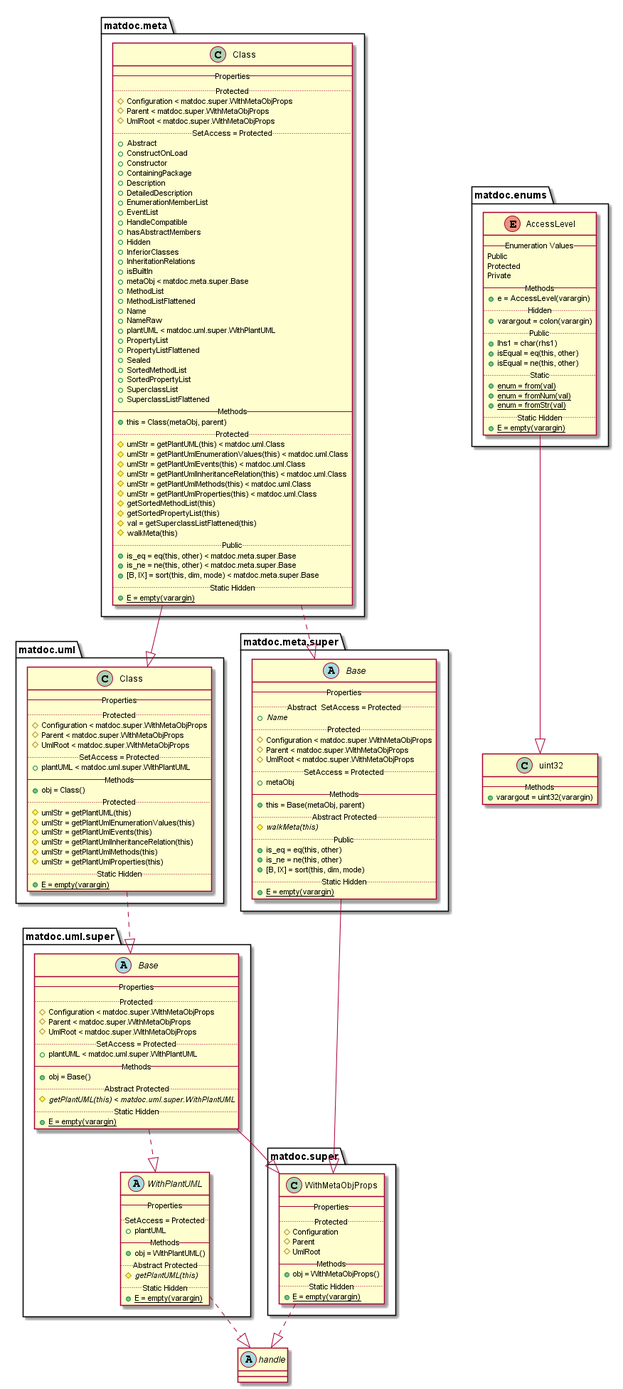
Above: doc/uml-examples/export-class-HideEvents-true.png in flxdot/matdoc (PlantUML), before the change.
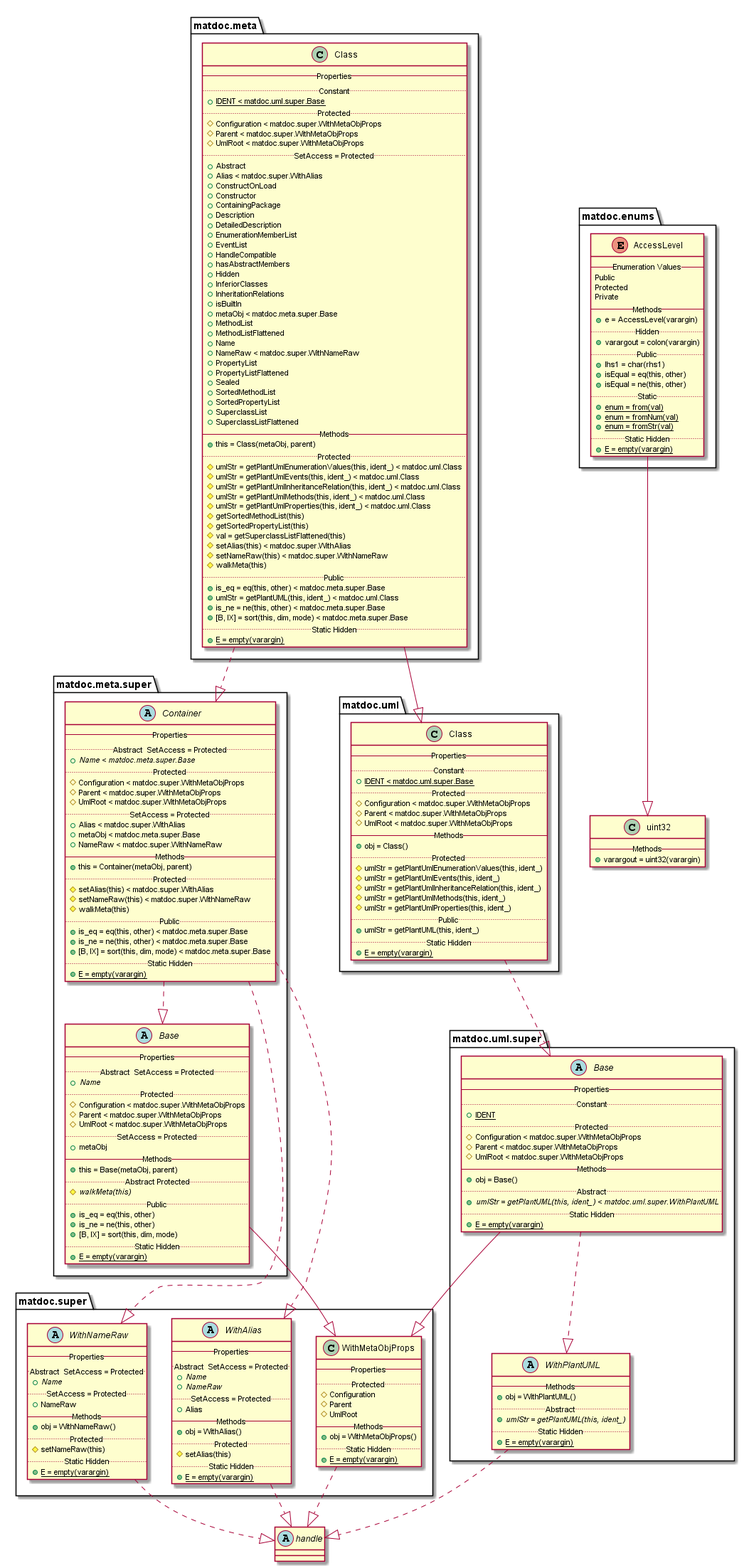
The same file after the commit.

Change to the diagram source:
```diff
@@ -18,23 +18,26 @@
    {method} + isEqual = eq(this, other)
    {method} + isEqual = ne(this, other)
    .. Static ..
-   {method}{static} + enum = from(val)
-   {method}{static} + enum = fromNum(val)
-   {method}{static} + enum = fromStr(val)
+   {method} {static} + enum = from(val)
+   {method} {static} + enum = fromNum(val)
+   {method} {static} + enum = fromStr(val)
    .. Static Hidden ..
-   {method}{static} + E = empty(varargin)
+   {method} {static} + E = empty(varargin)
 }
 
 matdoc.enums.AccessLevel --|> uint32
 
 class matdoc.meta.Class {
    -- Properties --
+   .. Constant ..
+   {field} {static} + IDENT < matdoc.uml.super.Base
    .. Protected ..
    {field} # Configuration < matdoc.super.WithMetaObjProps
    {field} # Parent < matdoc.super.WithMetaObjProps
    {field} # UmlRoot < matdoc.super.WithMetaObjProps
    .. SetAccess = Protected ..
    {field} + Abstract
+   {field} + Alias < matdoc.super.WithAlias
    {field} + ConstructOnLoad
    {field} + Constructor
    {field} + ContainingPackage
@@ -52,8 +55,7 @@
    {field} + MethodList
    {field} + MethodListFlattened
    {field} + Name
-   {field} + NameRaw
-   {field} + plantUML < matdoc.uml.super.WithPlantUML
+   {field} + NameRaw < matdoc.super.WithNameRaw
    {field} + PropertyList
    {field} + PropertyListFlattened
    {field} + Sealed
@@ -64,31 +66,33 @@
    -- Methods --
    {method} + this = Class(metaObj, parent)
    .. Protected ..
-   {method} # umlStr = getPlantUML(this) < matdoc.uml.Class
-   {method} # umlStr = getPlantUmlEnumerationValues(this) < matdoc.uml.Class
-   {method} # umlStr = getPlantUmlEvents(this) < matdoc.uml.Class
-   {method} # umlStr = getPlantUmlInheritanceRelation(this) < matdoc.uml.Class
-   {method} # umlStr = getPlantUmlMethods(this) < matdoc.uml.Class
-   {method} # umlStr = getPlantUmlProperties(this) < matdoc.uml.Class
+   {method} # umlStr = getPlantUmlEnumerationValues(this, ident_) < matdoc.uml.Class
+   {method} # umlStr = getPlantUmlEvents(this, ident_) < matdoc.uml.Class
+   {method} # umlStr = getPlantUmlInheritanceRelation(this, ident_) < matdoc.uml.Class
+   {method} # umlStr = getPlantUmlMethods(this, ident_) < matdoc.uml.Class
+   {method} # umlStr = getPlantUmlProperties(this, ident_) < matdoc.uml.Class
    {method} # getSortedMethodList(this)
    {method} # getSortedPropertyList(this)
    {method} # val = getSuperclassListFlattened(this)
+   {method} # setAlias(this) < matdoc.super.WithAlias
+   {method} # setNameRaw(this) < matdoc.super.WithNameRaw
    {method} # walkMeta(this)
    .. Public ..
    {method} + is_eq = eq(this, other) < matdoc.meta.super.Base
+   {method} + umlStr = getPlantUML(this, ident_) < matdoc.uml.Class
    {method} + is_ne = ne(this, other) < matdoc.meta.super.Base
    {method} + [B, IX] = sort(this, dim, mode) < matdoc.meta.super.Base
    .. Static Hidden ..
-   {method}{static} + E = empty(varargin)
+   {method} {static} + E = empty(varargin)
 }
 
-matdoc.meta.Class ..|> matdoc.meta.super.Base
+matdoc.meta.Class ..|> matdoc.meta.super.Container
 matdoc.meta.Class --|> matdoc.uml.Class
 
 abstract class matdoc.meta.super.Base {
    -- Properties --
    .. Abstract  SetAccess = Protected ..
-   {field}{abstract} + Name
+   {field} {abstract} + Name
    .. Protected ..
    {field} # Configuration < matdoc.super.WithMetaObjProps
    {field} # Parent < matdoc.super.WithMetaObjProps
@@ -98,16 +102,63 @@
    -- Methods --
    {method} + this = Base(metaObj, parent)
    .. Abstract Protected ..
-   {method}{abstract} # walkMeta(this)
+   {method} {abstract} # walkMeta(this)
    .. Public ..
    {method} + is_eq = eq(this, other)
    {method} + is_ne = ne(this, other)
    {method} + [B, IX] = sort(this, dim, mode)
    .. Static Hidden ..
-   {method}{static} + E = empty(varargin)
+   {method} {static} + E = empty(varargin)
 }
 
 matdoc.meta.super.Base --|> matdoc.super.WithMetaObjProps
+
+abstract class matdoc.meta.super.Container {
+   -- Properties --
+   .. Abstract  SetAccess = Protected ..
+   {field} {abstract} + Name < matdoc.meta.super.Base
+   .. Protected ..
+   {field} # Configuration < matdoc.super.WithMetaObjProps
+   {field} # Parent < matdoc.super.WithMetaObjProps
+   {field} # UmlRoot < matdoc.super.WithMetaObjProps
+   .. SetAccess = Protected ..
+   {field} + Alias < matdoc.super.WithAlias
+   {field} + metaObj < matdoc.meta.super.Base
+   {field} + NameRaw < matdoc.super.WithNameRaw
+   -- Methods --
+   {method} + this = Container(metaObj, parent)
+   .. Protected ..
+   {method} # setAlias(this) < matdoc.super.WithAlias
+   {method} # setNameRaw(this) < matdoc.super.WithNameRaw
+   {method} # walkMeta(this)
+   .. Public ..
+   {method} + is_eq = eq(this, other) < matdoc.meta.super.Base
+   {method} + is_ne = ne(this, other) < matdoc.meta.super.Base
+   {method} + [B, IX] = sort(this, dim, mode) < matdoc.meta.super.Base
+   .. Static Hidden ..
+   {method} {static} + E = empty(varargin)
+}
+
+matdoc.meta.super.Container ..|> matdoc.meta.super.Base
+matdoc.meta.super.Container ..|> matdoc.super.WithNameRaw
+matdoc.meta.super.Container ..|> matdoc.super.WithAlias
+
+abstract class matdoc.super.WithAlias {
+   -- Properties --
+   .. Abstract  SetAccess = Protected ..
+   {field} {abstract} + Name
+   {field} {abstract} + NameRaw
+   .. SetAccess = Protected ..
+   {field} + Alias
+   -- Methods --
+   {method} + obj = WithAlias()
+   .. Protected ..
+   {method} # setAlias(this)
+   .. Static Hidden ..
+   {method} {static} + E = empty(varargin)
+}
+
+matdoc.super.WithAlias ..|> handle
 
 class matdoc.super.WithMetaObjProps {
    -- Properties --
@@ -118,63 +169,77 @@
    -- Methods --
    {method} + obj = WithMetaObjProps()
    .. Static Hidden ..
-   {method}{static} + E = empty(varargin)
+   {method} {static} + E = empty(varargin)
 }
 
 matdoc.super.WithMetaObjProps ..|> handle
 
+abstract class matdoc.super.WithNameRaw {
+   -- Properties --
+   .. Abstract  SetAccess = Protected ..
+   {field} {abstract} + Name
+   .. SetAccess = Protected ..
+   {field} + NameRaw
+   -- Methods --
+   {method} + obj = WithNameRaw()
+   .. Protected ..
+   {method} # setNameRaw(this)
+   .. Static Hidden ..
+   {method} {static} + E = empty(varargin)
+}
+
+matdoc.super.WithNameRaw ..|> handle
+
 class matdoc.uml.Class {
    -- Properties --
+   .. Constant ..
+   {field} {static} + IDENT < matdoc.uml.super.Base
    .. Protected ..
    {field} # Configuration < matdoc.super.WithMetaObjProps
    {field} # Parent < matdoc.super.WithMetaObjProps
    {field} # UmlRoot < matdoc.super.WithMetaObjProps
-   .. SetAccess = Protected ..
-   {field} + plantUML < matdoc.uml.super.WithPlantUML
    -- Methods --
    {method} + obj = Class()
    .. Protected ..
-   {method} # umlStr = getPlantUML(this)
-   {method} # umlStr = getPlantUmlEnumerationValues(this)
-   {method} # umlStr = getPlantUmlEvents(this)
-   {method} # umlStr = getPlantUmlInheritanceRelation(this)
-   {method} # umlStr = getPlantUmlMethods(this)
-   {method} # umlStr = getPlantUmlProperties(this)
+   {method} # umlStr = getPlantUmlEnumerationValues(this, ident_)
+   {method} # umlStr = getPlantUmlEvents(this, ident_)
+   {method} # umlStr = getPlantUmlInheritanceRelation(this, ident_)
+   {method} # umlStr = getPlantUmlMethods(this, ident_)
+   {method} # umlStr = getPlantUmlProperties(this, ident_)
+   .. Public ..
+   {method} + umlStr = getPlantUML(this, ident_)
    .. Static Hidden ..
-   {method}{static} + E = empty(varargin)
+   {method} {static} + E = empty(varargin)
 }
 
 matdoc.uml.Class ..|> matdoc.uml.super.Base
 
 abstract class matdoc.uml.super.Base {
    -- Properties --
+   .. Constant ..
+   {field} {static} + IDENT
    .. Protected ..
    {field} # Configuration < matdoc.super.WithMetaObjProps
    {field} # Parent < matdoc.super.WithMetaObjProps
    {field} # UmlRoot < matdoc.super.WithMetaObjProps
-   .. SetAccess = Protected ..
-   {field} + plantUML < matdoc.uml.super.WithPlantUML
    -- Methods --
    {method} + obj = Base()
-   .. Abstract Protected ..
-   {method}{abstract} # getPlantUML(this) < matdoc.uml.super.WithPlantUML
+   .. Abstract ..
+   {method} {abstract} + umlStr = getPlantUML(this, ident_) < matdoc.uml.super.WithPlantUML
    .. Static Hidden ..
-   {method}{static} + E = empty(varargin)
+   {method} {static} + E = empty(varargin)
 }
 
 matdoc.uml.super.Base --|> matdoc.super.WithMetaObjProps
 matdoc.uml.super.Base ..|> matdoc.uml.super.WithPlantUML
 
 abstract class matdoc.uml.super.WithPlantUML {
-   -- Properties --
-   .. SetAccess = Protected ..
-   {field} + plantUML
    -- Methods --
    {method} + obj = WithPlantUML()
-   .. Abstract Protected ..
-   {method}{abstract} # getPlantUML(this)
+   .. Abstract ..
+   {method} {abstract} + umlStr = getPlantUML(this, ident_)
    .. Static Hidden ..
-   {method}{static} + E = empty(varargin)
+   {method} {static} + E = empty(varargin)
 }
 
 matdoc.uml.super.WithPlantUML ..|> handle
```
